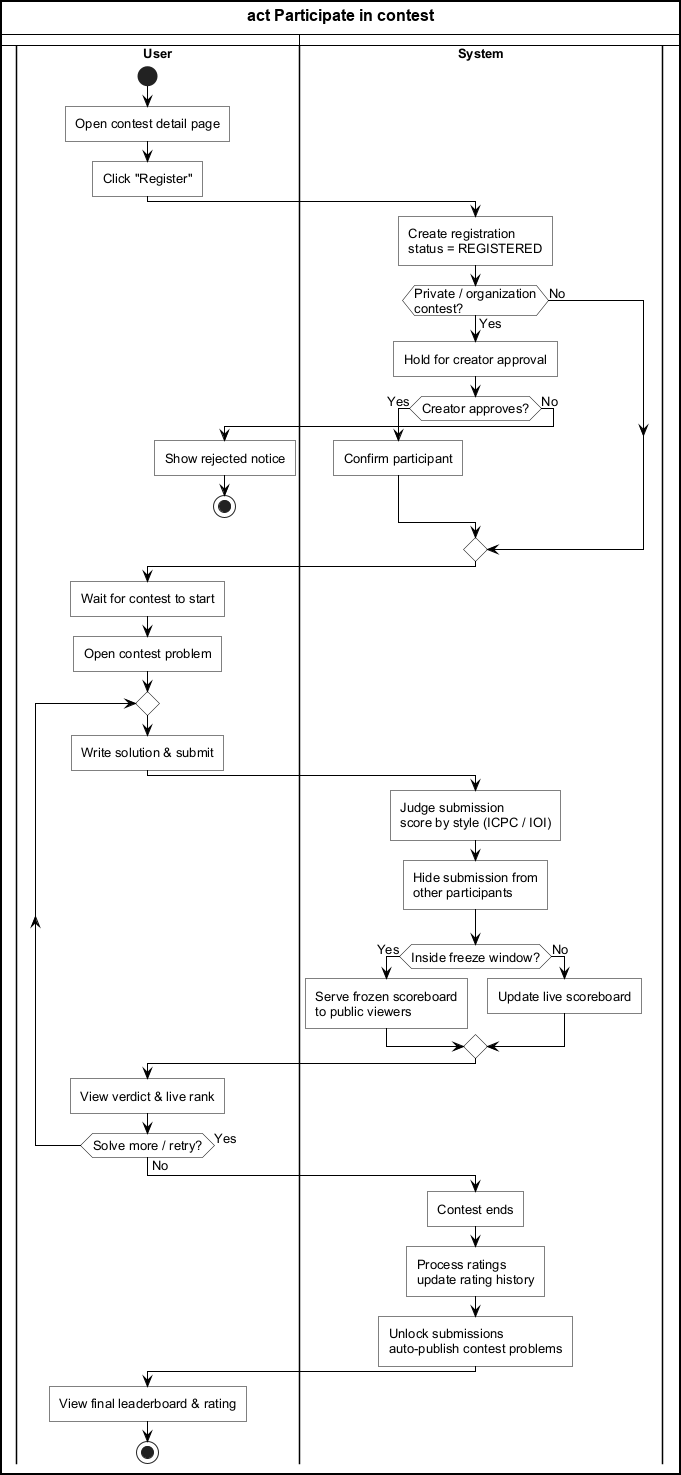
Earlier version of the PlantUML export Thesis/final/figures/activity-participate-contest.png (InfiniteGosi/TDTUOJ). Its source is kept beside it as Thesis/final/figures/activity-participate-contest.puml.
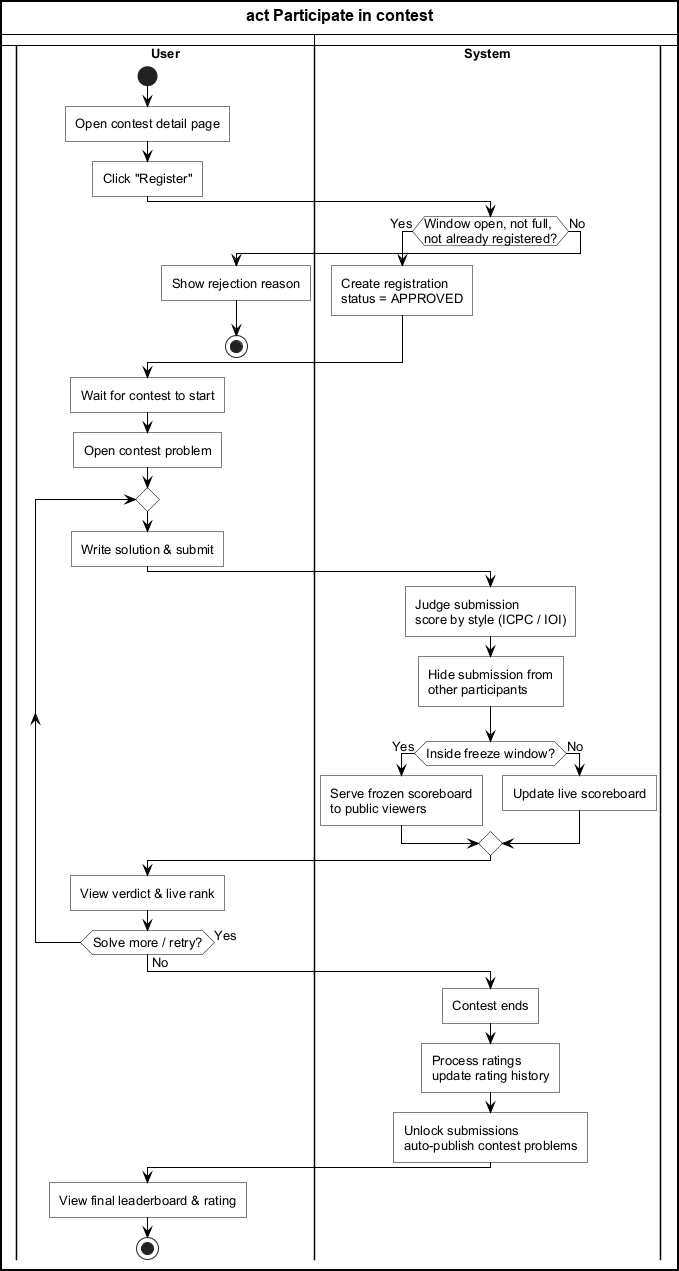
The same file after the commit.

Change to the diagram source:
```diff
@@ -17,17 +17,12 @@
 :Open contest detail page;
 :Click "Register";
 |System|
-:Create registration\nstatus = REGISTERED;
-if (Private / organization\ncontest?) then (Yes)
-  :Hold for creator approval;
-  if (Creator approves?) then (Yes)
-    :Confirm participant;
-  else (No)
-    |User|
-    :Show rejected notice;
-    stop
-  endif
+if (Window open, not full,\nnot already registered?) then (Yes)
+  :Create registration\nstatus = APPROVED;
 else (No)
+  |User|
+  :Show rejection reason;
+  stop
 endif
 
 |User|
```
